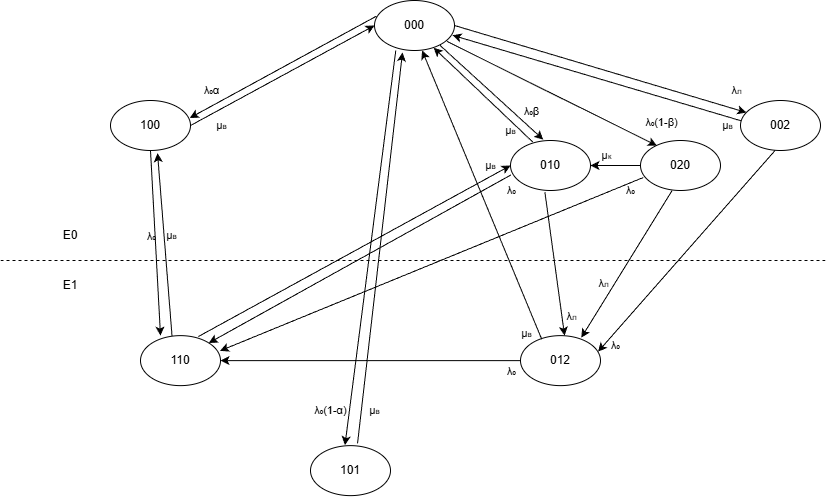
This is 1диаг.drawio.png from kolyan3445/WHAT-THE-FUCK, a draw.io export, as it was before one commit. Source tidied: cells renumbered, new cells last; positions are measured from the earlier drawing's top-left corner, leaving out a move shared by most shapes. Its diagram source:
```xml
<mxGraphModel>
  <root>
    <mxCell id="0" />
    <mxCell id="1" parent="0" />
    <mxCell id="2" value="000" style="ellipse;whiteSpace=wrap;html=1;" parent="1" vertex="1">
      <mxGeometry x="374" width="80" height="50" as="geometry" />
    </mxCell>
    <mxCell id="3" value="100" style="ellipse;whiteSpace=wrap;html=1;" parent="1" vertex="1">
      <mxGeometry x="110" y="100" width="80" height="50" as="geometry" />
    </mxCell>
    <mxCell id="4" value="01&lt;span style=&quot;background-color: transparent; color: light-dark(rgb(0, 0, 0), rgb(255, 255, 255));&quot;&gt;0&lt;/span&gt;" style="ellipse;whiteSpace=wrap;html=1;" parent="1" vertex="1">
      <mxGeometry x="510" y="140" width="80" height="50" as="geometry" />
    </mxCell>
    <mxCell id="5" value="101" style="ellipse;whiteSpace=wrap;html=1;" parent="1" vertex="1">
      <mxGeometry x="310" y="445.1" width="80" height="50" as="geometry" />
    </mxCell>
    <mxCell id="6" value="020" style="ellipse;whiteSpace=wrap;html=1;" parent="1" vertex="1">
      <mxGeometry x="640" y="140" width="80" height="50" as="geometry" />
    </mxCell>
    <mxCell id="7" value="002" style="ellipse;whiteSpace=wrap;html=1;" parent="1" vertex="1">
      <mxGeometry x="740" y="100" width="80" height="50" as="geometry" />
    </mxCell>
    <mxCell id="8" value="012" style="ellipse;whiteSpace=wrap;html=1;" parent="1" vertex="1">
      <mxGeometry x="520" y="335.1" width="80" height="50" as="geometry" />
    </mxCell>
    <mxCell id="9" value="110" style="ellipse;whiteSpace=wrap;html=1;" parent="1" vertex="1">
      <mxGeometry x="140" y="335.1" width="80" height="50" as="geometry" />
    </mxCell>
    <mxCell id="10" value="Е0" style="text;html=1;whiteSpace=wrap;strokeColor=none;fillColor=none;align=center;verticalAlign=middle;rounded=0;" parent="1" vertex="1">
      <mxGeometry x="40" y="220" width="60" height="30" as="geometry" />
    </mxCell>
    <mxCell id="11" value="Е1" style="text;html=1;whiteSpace=wrap;strokeColor=none;fillColor=none;align=center;verticalAlign=middle;rounded=0;" parent="1" vertex="1">
      <mxGeometry x="40" y="270" width="60" height="30" as="geometry" />
    </mxCell>
    <mxCell id="12" style="endArrow=none;dashed=1;html=1;rounded=0;" parent="1" edge="1">
      <mxGeometry relative="1" as="geometry">
        <mxPoint y="260" as="sourcePoint" />
        <mxPoint x="826" y="260" as="targetPoint" />
      </mxGeometry>
    </mxCell>
    <mxCell id="13" style="endArrow=classic;html=1;rounded=0;entryX=0;entryY=0.5;entryDx=0;entryDy=0;exitX=1;exitY=0.5;exitDx=0;exitDy=0;" parent="1" edge="1" source="3" target="2">
      <mxGeometry relative="1" as="geometry" />
    </mxCell>
    <mxCell id="14" value="µ&lt;font style=&quot;font-size: 8px;&quot;&gt;в&lt;/font&gt;" style="edgeLabel;html=1;align=center;verticalAlign=middle;labelBackgroundColor=none;" parent="13" vertex="1">
      <mxGeometry relative="1" as="geometry">
        <mxPoint x="-62" y="50" as="offset" />
      </mxGeometry>
    </mxCell>
    <mxCell id="15" style="endArrow=classic;html=1;rounded=0;exitX=0.023;exitY=0.314;exitDx=0;exitDy=0;exitPerimeter=0;entryX=0.991;entryY=0.349;entryDx=0;entryDy=0;entryPerimeter=0;" parent="1" edge="1" source="2" target="3">
      <mxGeometry relative="1" as="geometry" />
    </mxCell>
    <mxCell id="16" value="λ&lt;font&gt;₀&lt;/font&gt;α" style="edgeLabel;html=1;align=center;verticalAlign=middle;labelBackgroundColor=none;" parent="15" vertex="1">
      <mxGeometry relative="1" as="geometry">
        <mxPoint x="-72" y="23" as="offset" />
      </mxGeometry>
    </mxCell>
    <mxCell id="17" style="endArrow=classic;html=1;rounded=0;exitX=0.819;exitY=0.898;exitDx=0;exitDy=0;entryX=0.409;entryY=-0.018;entryDx=0;entryDy=0;entryPerimeter=0;exitPerimeter=0;" parent="1" edge="1" source="2" target="4">
      <mxGeometry relative="1" as="geometry" />
    </mxCell>
    <mxCell id="18" value="λ₀β" style="edgeLabel;html=1;align=center;verticalAlign=middle;labelBackgroundColor=none;" parent="17" vertex="1">
      <mxGeometry relative="1" as="geometry">
        <mxPoint x="39" y="18" as="offset" />
      </mxGeometry>
    </mxCell>
    <mxCell id="19" style="endArrow=classic;html=1;rounded=0;exitX=0.43;exitY=1.034;exitDx=0;exitDy=0;entryX=0.551;entryY=0;entryDx=0;entryDy=0;entryPerimeter=0;exitPerimeter=0;" parent="1" edge="1" source="4" target="8">
      <mxGeometry relative="1" as="geometry" />
    </mxCell>
    <mxCell id="20" value="λ&lt;font style=&quot;font-size: 8px;&quot;&gt;л&lt;/font&gt;" style="edgeLabel;html=1;align=center;verticalAlign=middle;labelBackgroundColor=none;" parent="19" vertex="1">
      <mxGeometry relative="1" as="geometry">
        <mxPoint x="16" y="52" as="offset" />
      </mxGeometry>
    </mxCell>
    <mxCell id="21" style="endArrow=classic;html=1;rounded=0;exitX=0.278;exitY=0.03;exitDx=0;exitDy=0;entryX=0.74;entryY=0.946;entryDx=0;entryDy=0;entryPerimeter=0;exitPerimeter=0;" parent="1" edge="1" source="4" target="2">
      <mxGeometry relative="1" as="geometry" />
    </mxCell>
    <mxCell id="22" value="µ&lt;font style=&quot;font-size: 8px;&quot;&gt;в&lt;/font&gt;" style="edgeLabel;html=1;align=center;verticalAlign=middle;labelBackgroundColor=none;" parent="21" vertex="1">
      <mxGeometry relative="1" as="geometry">
        <mxPoint x="27" y="35" as="offset" />
      </mxGeometry>
    </mxCell>
    <mxCell id="23" style="endArrow=classic;html=1;rounded=0;exitX=0.906;exitY=0.819;exitDx=0;exitDy=0;entryX=0.204;entryY=0.102;entryDx=0;entryDy=0;entryPerimeter=0;exitPerimeter=0;" parent="1" edge="1" source="2" target="6">
      <mxGeometry relative="1" as="geometry" />
    </mxCell>
    <mxCell id="24" value="λ₀(1-β)" style="edgeLabel;html=1;align=center;verticalAlign=middle;labelBackgroundColor=none;" parent="23" vertex="1">
      <mxGeometry relative="1" as="geometry">
        <mxPoint x="109" y="29" as="offset" />
      </mxGeometry>
    </mxCell>
    <mxCell id="25" style="endArrow=classic;html=1;rounded=0;exitX=0;exitY=0.5;exitDx=0;exitDy=0;entryX=1;entryY=0.5;entryDx=0;entryDy=0;" parent="1" edge="1" source="6" target="4">
      <mxGeometry relative="1" as="geometry" />
    </mxCell>
    <mxCell id="26" value="µ&lt;font style=&quot;font-size: 8px;&quot;&gt;к&lt;/font&gt;" style="edgeLabel;html=1;align=center;verticalAlign=middle;labelBackgroundColor=none;" parent="25" vertex="1">
      <mxGeometry relative="1" as="geometry">
        <mxPoint x="-10" y="-11" as="offset" />
      </mxGeometry>
    </mxCell>
    <mxCell id="27" style="endArrow=classic;html=1;rounded=0;exitX=1;exitY=0.5;exitDx=0;exitDy=0;entryX=0.073;entryY=0.24;entryDx=0;entryDy=0;entryPerimeter=0;" parent="1" edge="1" source="2" target="7">
      <mxGeometry relative="1" as="geometry" />
    </mxCell>
    <mxCell id="28" value="λ&lt;font style=&quot;font-size: 8px;&quot;&gt;л&lt;/font&gt;" style="edgeLabel;html=1;align=center;verticalAlign=middle;labelBackgroundColor=none;" parent="27" vertex="1">
      <mxGeometry relative="1" as="geometry">
        <mxPoint x="136" y="21" as="offset" />
      </mxGeometry>
    </mxCell>
    <mxCell id="29" style="endArrow=classic;html=1;rounded=0;exitX=0.01;exitY=0.407;exitDx=0;exitDy=0;entryX=0.975;entryY=0.696;entryDx=0;entryDy=0;entryPerimeter=0;exitPerimeter=0;" parent="1" edge="1" source="7" target="2">
      <mxGeometry relative="1" as="geometry" />
    </mxCell>
    <mxCell id="30" value="µ&lt;font style=&quot;font-size: 8px;&quot;&gt;в&lt;/font&gt;" style="edgeLabel;html=1;align=center;verticalAlign=middle;labelBackgroundColor=none;" parent="29" vertex="1">
      <mxGeometry relative="1" as="geometry">
        <mxPoint x="130" y="47" as="offset" />
      </mxGeometry>
    </mxCell>
    <mxCell id="31" style="endArrow=classic;html=1;rounded=0;entryX=0.588;entryY=1.054;entryDx=0;entryDy=0;entryPerimeter=0;exitX=0.394;exitY=0.006;exitDx=0;exitDy=0;exitPerimeter=0;" parent="1" edge="1" source="9" target="3">
      <mxGeometry relative="1" as="geometry" />
    </mxCell>
    <mxCell id="32" value="µ&lt;font style=&quot;font-size: 8px;&quot;&gt;в&lt;/font&gt;" style="edgeLabel;html=1;align=center;verticalAlign=middle;labelBackgroundColor=none;" parent="31" vertex="1">
      <mxGeometry relative="1" as="geometry">
        <mxPoint x="6" y="-9" as="offset" />
      </mxGeometry>
    </mxCell>
    <mxCell id="33" style="endArrow=classic;html=1;rounded=0;exitX=0.265;exitY=0.071;exitDx=0;exitDy=0;entryX=0.595;entryY=1;entryDx=0;entryDy=0;exitPerimeter=0;entryPerimeter=0;" parent="1" edge="1" source="8" target="2">
      <mxGeometry relative="1" as="geometry" />
    </mxCell>
    <mxCell id="34" value="µ&lt;font style=&quot;font-size: 8px;&quot;&gt;в&lt;/font&gt;" style="edgeLabel;html=1;align=center;verticalAlign=middle;labelBackgroundColor=none;" parent="33" vertex="1">
      <mxGeometry relative="1" as="geometry">
        <mxPoint x="44" y="138" as="offset" />
      </mxGeometry>
    </mxCell>
    <mxCell id="35" style="endArrow=classic;html=1;rounded=0;exitX=0.266;exitY=1;exitDx=0;exitDy=0;exitPerimeter=0;entryX=0.431;entryY=-0.01;entryDx=0;entryDy=0;entryPerimeter=0;" parent="1" edge="1" source="2" target="5">
      <mxGeometry relative="1" as="geometry" />
    </mxCell>
    <mxCell id="36" value="λ&lt;font&gt;₀(1-&lt;/font&gt;α)" style="edgeLabel;html=1;align=center;verticalAlign=middle;labelBackgroundColor=none;" parent="35" vertex="1">
      <mxGeometry relative="1" as="geometry">
        <mxPoint x="-40" y="162" as="offset" />
      </mxGeometry>
    </mxCell>
    <mxCell id="37" style="endArrow=classic;html=1;rounded=0;exitX=0.588;exitY=-0.043;exitDx=0;exitDy=0;entryX=0.35;entryY=1.04;entryDx=0;entryDy=0;entryPerimeter=0;exitPerimeter=0;" parent="1" edge="1" source="5" target="2">
      <mxGeometry relative="1" as="geometry" />
    </mxCell>
    <mxCell id="38" value="µ&lt;font style=&quot;font-size: 8px;&quot;&gt;в&lt;/font&gt;" style="edgeLabel;html=1;align=center;verticalAlign=middle;labelBackgroundColor=none;" parent="37" vertex="1">
      <mxGeometry relative="1" as="geometry">
        <mxPoint x="-6" y="162" as="offset" />
      </mxGeometry>
    </mxCell>
    <mxCell id="39" style="endArrow=classic;html=1;rounded=0;exitX=0.5;exitY=1;exitDx=0;exitDy=0;entryX=0.25;entryY=0;entryDx=0;entryDy=0;entryPerimeter=0;" parent="1" edge="1" source="3" target="9">
      <mxGeometry relative="1" as="geometry" />
    </mxCell>
    <mxCell id="40" value="λ&lt;font&gt;₀&lt;/font&gt;" style="edgeLabel;html=1;align=center;verticalAlign=middle;labelBackgroundColor=none;" parent="39" vertex="1">
      <mxGeometry relative="1" as="geometry">
        <mxPoint x="-5" y="-7" as="offset" />
      </mxGeometry>
    </mxCell>
    <mxCell id="41" style="endArrow=classic;html=1;rounded=0;exitX=0.004;exitY=0.69;exitDx=0;exitDy=0;entryX=1;entryY=0;entryDx=0;entryDy=0;exitPerimeter=0;" parent="1" edge="1" source="4" target="9">
      <mxGeometry relative="1" as="geometry" />
    </mxCell>
    <mxCell id="42" value="λ&lt;font&gt;₀&lt;/font&gt;" style="edgeLabel;html=1;align=center;verticalAlign=middle;labelBackgroundColor=none;" parent="41" vertex="1">
      <mxGeometry relative="1" as="geometry">
        <mxPoint x="151" y="-69" as="offset" />
      </mxGeometry>
    </mxCell>
    <mxCell id="43" style="endArrow=classic;html=1;rounded=0;exitX=0;exitY=0.5;exitDx=0;exitDy=0;entryX=1;entryY=0.5;entryDx=0;entryDy=0;" parent="1" edge="1" source="8" target="9">
      <mxGeometry relative="1" as="geometry" />
    </mxCell>
    <mxCell id="44" value="λ&lt;font&gt;₀&lt;/font&gt;" style="edgeLabel;html=1;align=center;verticalAlign=middle;labelBackgroundColor=none;" parent="43" vertex="1">
      <mxGeometry relative="1" as="geometry">
        <mxPoint x="140" y="10" as="offset" />
      </mxGeometry>
    </mxCell>
    <mxCell id="45" style="endArrow=classic;html=1;rounded=0;exitX=0.035;exitY=0.74;exitDx=0;exitDy=0;entryX=0.994;entryY=0.304;entryDx=0;entryDy=0;entryPerimeter=0;exitPerimeter=0;" parent="1" edge="1" source="6" target="9">
      <mxGeometry relative="1" as="geometry" />
    </mxCell>
    <mxCell id="46" value="λ&lt;font&gt;₀&lt;/font&gt;" style="edgeLabel;html=1;align=center;verticalAlign=middle;labelBackgroundColor=none;" parent="45" vertex="1">
      <mxGeometry relative="1" as="geometry">
        <mxPoint x="199" y="-74" as="offset" />
      </mxGeometry>
    </mxCell>
    <mxCell id="47" style="endArrow=classic;html=1;rounded=0;exitX=0.5;exitY=1;exitDx=0;exitDy=0;entryX=0.76;entryY=0.041;entryDx=0;entryDy=0;entryPerimeter=0;" parent="1" edge="1" target="8">
      <mxGeometry relative="1" as="geometry">
        <mxPoint x="671.6" y="190" as="sourcePoint" />
      </mxGeometry>
    </mxCell>
    <mxCell id="48" value="λ&lt;font style=&quot;font-size: 8px;&quot;&gt;л&lt;/font&gt;" style="edgeLabel;html=1;align=center;verticalAlign=middle;labelBackgroundColor=none;" parent="47" vertex="1">
      <mxGeometry relative="1" as="geometry">
        <mxPoint x="-24" y="19" as="offset" />
      </mxGeometry>
    </mxCell>
    <mxCell id="49" style="endArrow=classic;html=1;rounded=0;exitX=0.432;exitY=1;exitDx=0;exitDy=0;entryX=0.97;entryY=0.32;entryDx=0;entryDy=0;exitPerimeter=0;entryPerimeter=0;" parent="1" edge="1" source="7" target="8">
      <mxGeometry relative="1" as="geometry" />
    </mxCell>
    <mxCell id="50" value="λ&lt;font&gt;₀&lt;/font&gt;" style="edgeLabel;html=1;align=center;verticalAlign=middle;labelBackgroundColor=none;" parent="49" vertex="1">
      <mxGeometry relative="1" as="geometry">
        <mxPoint x="-72" y="94" as="offset" />
      </mxGeometry>
    </mxCell>
    <mxCell id="51" style="endArrow=classic;html=1;rounded=0;entryX=0;entryY=0.5;entryDx=0;entryDy=0;exitX=0.721;exitY=0.02;exitDx=0;exitDy=0;exitPerimeter=0;" parent="1" edge="1" source="9" target="4">
      <mxGeometry relative="1" as="geometry" />
    </mxCell>
    <mxCell id="52" value="µ&lt;font style=&quot;font-size: 8px;&quot;&gt;в&lt;/font&gt;" style="edgeLabel;html=1;align=center;verticalAlign=middle;labelBackgroundColor=none;" parent="51" vertex="1">
      <mxGeometry relative="1" as="geometry">
        <mxPoint x="136" y="-86" as="offset" />
      </mxGeometry>
    </mxCell>
  </root>
</mxGraphModel>
```
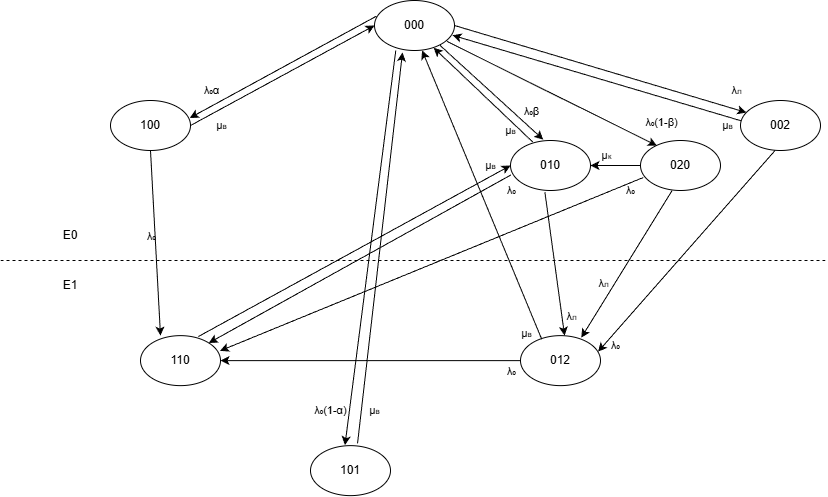
After the commit.

Diff of the diagram source:
```diff
@@ -110,14 +110,6 @@
         <mxPoint x="130" y="47" as="offset" />
       </mxGeometry>
     </mxCell>
-    <mxCell id="31" style="endArrow=classic;html=1;rounded=0;entryX=0.588;entryY=1.054;entryDx=0;entryDy=0;entryPerimeter=0;exitX=0.394;exitY=0.006;exitDx=0;exitDy=0;exitPerimeter=0;" parent="1" edge="1" source="9" target="3">
-      <mxGeometry relative="1" as="geometry" />
-    </mxCell>
-    <mxCell id="32" value="µ&lt;font style=&quot;font-size: 8px;&quot;&gt;в&lt;/font&gt;" style="edgeLabel;html=1;align=center;verticalAlign=middle;labelBackgroundColor=none;" parent="31" vertex="1">
-      <mxGeometry relative="1" as="geometry">
-        <mxPoint x="6" y="-9" as="offset" />
-      </mxGeometry>
-    </mxCell>
     <mxCell id="33" style="endArrow=classic;html=1;rounded=0;exitX=0.265;exitY=0.071;exitDx=0;exitDy=0;entryX=0.595;entryY=1;entryDx=0;entryDy=0;exitPerimeter=0;entryPerimeter=0;" parent="1" edge="1" source="8" target="2">
       <mxGeometry relative="1" as="geometry" />
     </mxCell>
```
